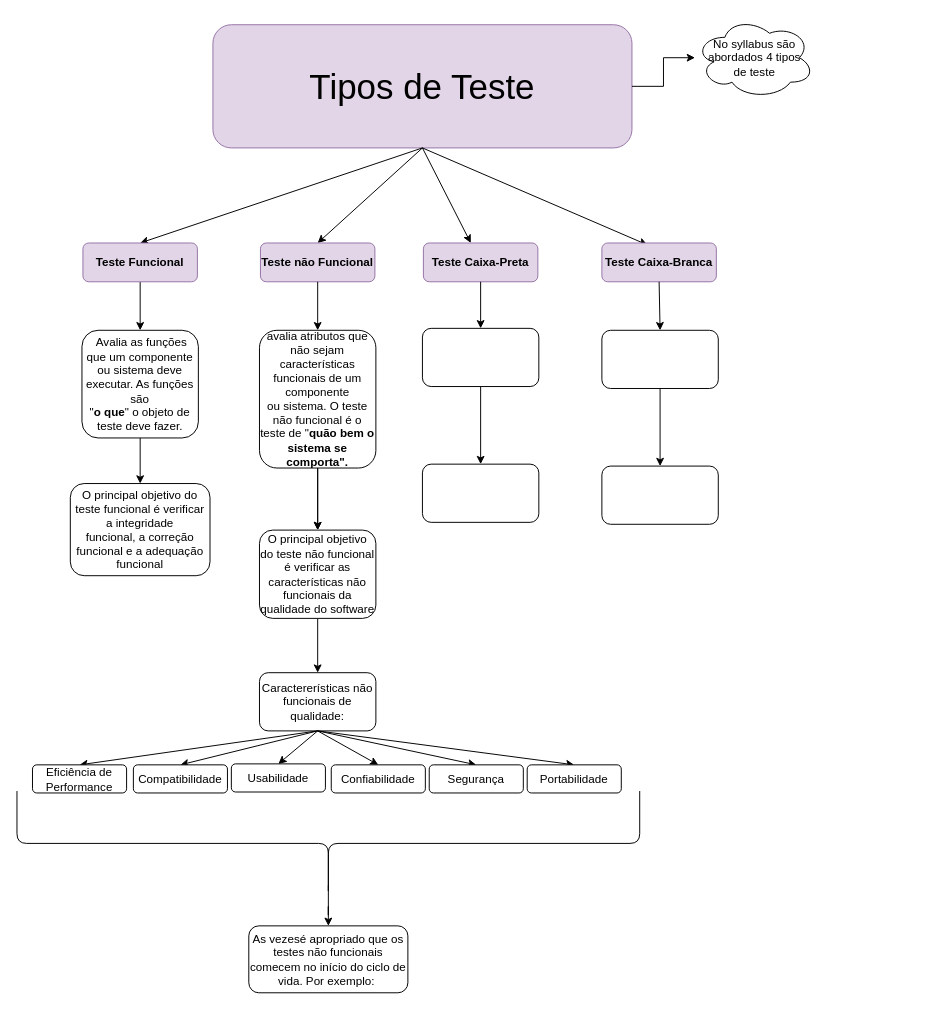
Earlier version of the draw.io diagram page "Subtopico 2.2.2" (10 of 12) of capitulo2.drawio (Natalirodriguess/estudos). Source tidied: cells renumbered, new cells numbered last; positions are measured from the earlier drawing's top-left corner, leaving out a move shared by most shapes. Both pictures are drawn from the tidied source at 97%, with x=0, y=0 at pixel (32, 16).
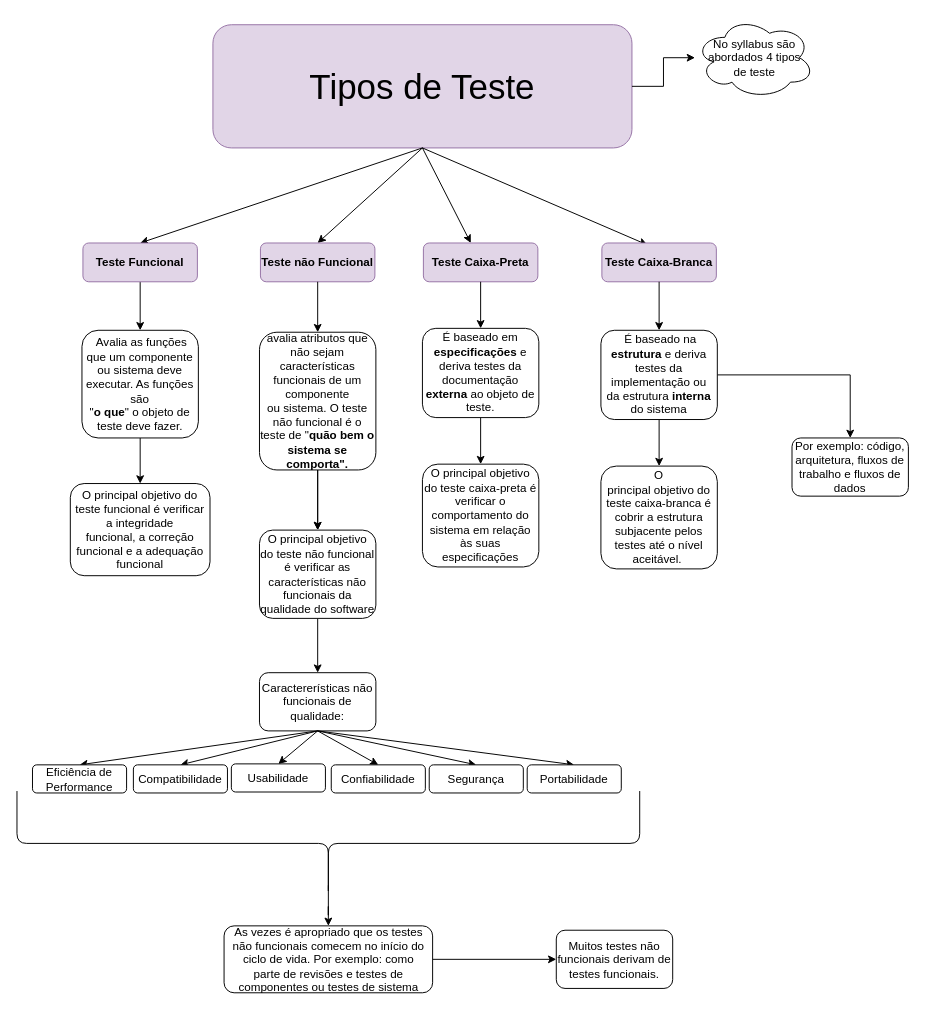
The same page after the edit.

The edit, as a diff of the source:
```diff
@@
     <mxCell id="19" value="avalia atributos que não sejam características funcionais de um componente&lt;br&gt;ou sistema. O teste não funcional é o teste de &quot;&lt;b&gt;quão bem o sistema se comporta&quot;.&lt;/b&gt;" style="rounded=1;whiteSpace=wrap;html=1;" parent="1" vertex="1">
-      <mxGeometry x="234" y="323" width="120" height="142" as="geometry" />
+      <mxGeometry x="234" y="325" width="120" height="142" as="geometry" />
     </mxCell>
@@
-    <mxCell id="22" style="rounded=1;whiteSpace=wrap;html=1;" parent="1" vertex="1">
-      <mxGeometry x="402" y="321" width="120" height="60" as="geometry" />
+    <mxCell id="22" value="É baseado em &lt;b&gt;especificações &lt;/b&gt;e deriva testes da documentação&lt;br&gt;&lt;b&gt;externa &lt;/b&gt;ao objeto de teste." style="rounded=1;whiteSpace=wrap;html=1;" parent="1" vertex="1">
+      <mxGeometry x="402" y="321" width="120" height="92" as="geometry" />
     </mxCell>
@@
+    <mxCell id="47" style="edgeStyle=orthogonalEdgeStyle;rounded=0;jettySize=auto;html=1;" parent="1" edge="1" source="24" target="50">
+      <mxGeometry relative="1" as="geometry" />
+    </mxCell>
-    <mxCell id="24" style="rounded=1;whiteSpace=wrap;html=1;" parent="1" vertex="1">
-      <mxGeometry x="587" y="323" width="120" height="60" as="geometry" />
+    <mxCell id="24" value="&amp;nbsp;É baseado na &lt;b&gt;estrutura&lt;/b&gt; e deriva testes da implementação ou&lt;br&gt;da estrutura &lt;b&gt;interna &lt;/b&gt;do sistema" style="rounded=1;whiteSpace=wrap;html=1;" parent="1" vertex="1">
+      <mxGeometry x="586" y="323" width="120" height="92" as="geometry" />
     </mxCell>
@@
-    <mxCell id="29" style="whiteSpace=wrap;html=1;rounded=1;" parent="1" vertex="1">
-      <mxGeometry x="402" y="461" width="120" height="60" as="geometry" />
+    <mxCell id="29" value="O principal objetivo do teste caixa-preta é verificar o comportamento do&lt;br&gt;sistema em relação às suas especificações" style="whiteSpace=wrap;html=1;rounded=1;" parent="1" vertex="1">
+      <mxGeometry x="402" y="461" width="120" height="106" as="geometry" />
     </mxCell>
-    <mxCell id="30" style="whiteSpace=wrap;html=1;rounded=1;" parent="1" vertex="1">
-      <mxGeometry x="587" y="463" width="120" height="60" as="geometry" />
+    <mxCell id="30" value="O&lt;br/&gt;principal objetivo do teste caixa-branca é cobrir a estrutura subjacente pelos testes até o nível&lt;br/&gt;aceitável.&amp;nbsp;" style="whiteSpace=wrap;html=1;rounded=1;" parent="1" vertex="1">
+      <mxGeometry x="586" y="463" width="120" height="106" as="geometry" />
     </mxCell>
@@
+    <mxCell id="48" style="edgeStyle=orthogonalEdgeStyle;rounded=0;jettySize=auto;html=1;" parent="1" edge="1" source="46" target="49">
+      <mxGeometry relative="1" as="geometry" />
+    </mxCell>
-    <mxCell id="46" value="As vezesé apropriado que os testes não funcionais comecem no início do ciclo de vida. Por exemplo:&amp;nbsp;" style="rounded=1;whiteSpace=wrap;html=1;" parent="1" vertex="1">
-      <mxGeometry x="223" y="937" width="164" height="69" as="geometry" />
+    <mxCell id="46" value="As vezes é apropriado que os testes não funcionais comecem no início do ciclo de vida. Por exemplo:&amp;nbsp;como&lt;br/&gt;parte de revisões e testes de componentes ou testes de sistema" style="rounded=1;whiteSpace=wrap;html=1;" parent="1" vertex="1">
+      <mxGeometry x="197.5" y="937" width="215" height="69" as="geometry" />
     </mxCell>
+    <mxCell id="49" value="Muitos testes não funcionais derivam de testes funcionais." style="whiteSpace=wrap;html=1;rounded=1;" parent="1" vertex="1">
+      <mxGeometry x="540" y="941.5" width="120" height="60" as="geometry" />
+    </mxCell>
+    <mxCell id="50" value="Por exemplo:&amp;nbsp;código, arquitetura, fluxos de trabalho e fluxos de dados" style="whiteSpace=wrap;html=1;rounded=1;" parent="1" vertex="1">
+      <mxGeometry x="783" y="434" width="120" height="60" as="geometry" />
+    </mxCell>
```
